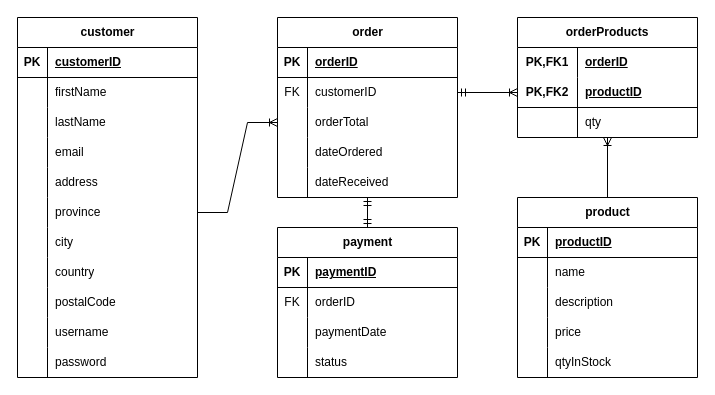
Earlier version of the draw.io diagram database/db-erd.drawio (connniew/sunny-bar). Source tidied: cells renumbered, new cells numbered last; positions are measured from the earlier drawing's top-left corner, leaving out a move shared by most shapes. Both pictures are drawn from the tidied source at 100%, with x=0, y=0 at pixel (17, 17).
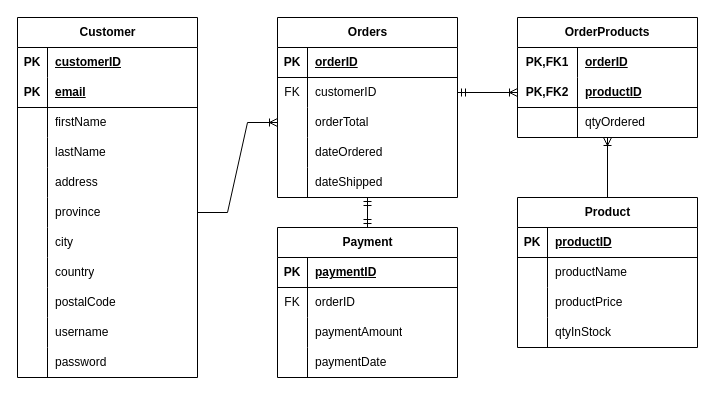
Above is the later version.

Unchanged cells that the change refers to:
```xml
<mxCell id="49" style="shape=tableRow;horizontal=0;startSize=0;swimlaneHead=0;swimlaneBody=0;fillColor=none;points=[[0,0.5],[1,0.5]];portConstraint=eastwest;top=0;left=0;right=0;bottom=0;" parent="36" vertex="1">
  <mxGeometry y="150" width="180" height="30" as="geometry" />
</mxCell>
<mxCell id="59" style="shape=tableRow;horizontal=0;startSize=0;swimlaneHead=0;swimlaneBody=0;fillColor=none;top=0;left=0;right=0;bottom=0;" parent="52" vertex="1">
  <mxGeometry y="90" width="180" height="30" as="geometry" />
</mxCell>
<mxCell id="62" style="shape=tableRow;horizontal=0;startSize=0;swimlaneHead=0;swimlaneBody=0;fillColor=none;top=0;left=0;right=0;bottom=0;" parent="52" vertex="1">
  <mxGeometry y="120" width="180" height="30" as="geometry" />
</mxCell>
<mxCell id="69" style="shape=tableRow;horizontal=0;startSize=0;swimlaneHead=0;swimlaneBody=0;fillColor=none;top=0;left=0;right=0;bottom=0;" parent="65" vertex="1">
  <mxGeometry y="60" width="180" height="30" as="geometry" />
</mxCell>
<mxCell id="88" style="shape=tableRow;horizontal=0;startSize=0;swimlaneHead=0;swimlaneBody=0;fillColor=none;points=[[0,0.5],[1,0.5]];portConstraint=eastwest;top=0;left=0;right=0;bottom=0;html=1;" parent="81" vertex="1">
  <mxGeometry y="90" width="180" height="30" as="geometry" />
</mxCell>
```

Diff of the diagram source:
```diff
@@
-    <mxCell id="2" value="customer" style="shape=table;startSize=30;childLayout=tableLayout;rowLines=0;fontStyle=1;align=center;html=1;" parent="1" vertex="1">
+    <mxCell id="2" value="Customer" style="shape=table;startSize=30;childLayout=tableLayout;rowLines=0;fontStyle=1;align=center;html=1;" parent="1" vertex="1">
       <mxGeometry width="180" height="360" as="geometry" />
     </mxCell>
-    <mxCell id="3" style="shape=tableRow;horizontal=0;startSize=0;swimlaneHead=0;swimlaneBody=0;fillColor=none;top=0;left=0;right=0;bottom=1;" parent="2" vertex="1">
-      <mxGeometry y="30" width="180" height="30" as="geometry" />
-    </mxCell>
-    <mxCell id="4" value="PK" style="shape=partialRectangle;fillColor=none;top=0;left=0;bottom=0;right=0;fontStyle=1;overflow=hidden;whiteSpace=wrap;html=1;" parent="3" vertex="1">
-      <mxGeometry width="30" height="30" as="geometry" />
-    </mxCell>
+    <mxCell id="95" style="shape=tableRow;horizontal=0;startSize=0;swimlaneHead=0;swimlaneBody=0;fillColor=none;top=0;left=0;right=0;bottom=0;html=1;" parent="2" vertex="1">
+      <mxGeometry y="30" width="180" height="30" as="geometry" />
+    </mxCell>
+    <mxCell id="96" value="PK" style="shape=partialRectangle;fillColor=none;top=0;left=0;bottom=0;right=0;fontStyle=1;overflow=hidden;html=1;whiteSpace=wrap;" parent="95" vertex="1">
+      <mxGeometry width="30" height="30" as="geometry" />
+    </mxCell>
-    <mxCell id="5" value="customerID" style="shape=partialRectangle;fillColor=none;top=0;left=0;bottom=0;right=0;align=left;spacingLeft=6;fontStyle=5;overflow=hidden;whiteSpace=wrap;html=1;" parent="3" vertex="1">
+    <mxCell id="5" value="customerID" style="shape=partialRectangle;fillColor=none;top=0;left=0;bottom=0;right=0;align=left;spacingLeft=6;fontStyle=5;overflow=hidden;html=1;whiteSpace=wrap;" parent="95" vertex="1">
       <mxGeometry x="30" width="150" height="30" as="geometry" />
     </mxCell>
+    <mxCell id="97" style="shape=tableRow;horizontal=0;startSize=0;swimlaneHead=0;swimlaneBody=0;fillColor=none;top=0;left=0;right=0;bottom=1;html=1;" parent="2" vertex="1">
+      <mxGeometry y="60" width="180" height="30" as="geometry" />
+    </mxCell>
+    <mxCell id="98" value="&lt;div&gt;PK&lt;/div&gt;" style="shape=partialRectangle;fillColor=none;top=0;left=0;bottom=0;right=0;fontStyle=1;overflow=hidden;html=1;whiteSpace=wrap;" parent="97" vertex="1">
+      <mxGeometry width="30" height="30" as="geometry" />
+    </mxCell>
+    <mxCell id="14" value="email" style="shape=partialRectangle;fillColor=none;top=0;left=0;bottom=0;right=0;align=left;spacingLeft=6;fontStyle=5;overflow=hidden;html=1;whiteSpace=wrap;" parent="97" vertex="1">
+      <mxGeometry x="30" width="150" height="30" as="geometry" />
+    </mxCell>
     <mxCell id="6" style="shape=tableRow;horizontal=0;startSize=0;swimlaneHead=0;swimlaneBody=0;fillColor=none;top=0;left=0;right=0;bottom=0;" parent="2" vertex="1">
-      <mxGeometry y="60" width="180" height="30" as="geometry" />
+      <mxGeometry y="90" width="180" height="30" as="geometry" />
     </mxCell>
@@
     <mxCell id="9" style="shape=tableRow;horizontal=0;startSize=0;swimlaneHead=0;swimlaneBody=0;fillColor=none;top=0;left=0;right=0;bottom=0;" parent="2" vertex="1">
-      <mxGeometry y="90" width="180" height="30" as="geometry" />
+      <mxGeometry y="120" width="180" height="30" as="geometry" />
     </mxCell>
@@
-    <mxCell id="12" style="shape=tableRow;horizontal=0;startSize=0;swimlaneHead=0;swimlaneBody=0;fillColor=none;top=0;left=0;right=0;bottom=0;" parent="2" vertex="1">
-      <mxGeometry y="120" width="180" height="30" as="geometry" />
-    </mxCell>
-    <mxCell id="13" style="shape=partialRectangle;fillColor=none;top=0;left=0;bottom=0;right=0;overflow=hidden;whiteSpace=wrap;html=1;" parent="12" vertex="1">
-      <mxGeometry width="30" height="30" as="geometry" />
-    </mxCell>
-    <mxCell id="14" value="email" style="shape=partialRectangle;fillColor=none;top=0;left=0;bottom=0;right=0;align=left;spacingLeft=6;overflow=hidden;whiteSpace=wrap;html=1;" parent="12" vertex="1">
-      <mxGeometry x="30" width="150" height="30" as="geometry" />
-    </mxCell>
@@
-    <mxCell id="36" value="order" style="shape=table;startSize=30;childLayout=tableLayout;rowLines=0;fontStyle=1;align=center;html=1;" parent="1" vertex="1">
+    <mxCell id="36" value="Orders" style="shape=table;startSize=30;childLayout=tableLayout;rowLines=0;fontStyle=1;align=center;html=1;" parent="1" vertex="1">
       <mxGeometry x="260" width="180" height="180" as="geometry" />
     </mxCell>
@@
-    <mxCell id="51" value="dateReceived" style="shape=partialRectangle;fillColor=none;top=0;left=0;bottom=0;right=0;align=left;spacingLeft=6;overflow=hidden;whiteSpace=wrap;html=1;" parent="49" vertex="1">
+    <mxCell id="51" value="&lt;div&gt;dateShipped&lt;/div&gt;" style="shape=partialRectangle;fillColor=none;top=0;left=0;bottom=0;right=0;align=left;spacingLeft=6;overflow=hidden;whiteSpace=wrap;html=1;" parent="49" vertex="1">
       <mxGeometry x="30" width="150" height="30" as="geometry" />
     </mxCell>
-    <mxCell id="52" value="payment" style="shape=table;startSize=30;childLayout=tableLayout;rowLines=0;fontStyle=1;align=center;html=1;" parent="1" vertex="1">
+    <mxCell id="52" value="Payment" style="shape=table;startSize=30;childLayout=tableLayout;rowLines=0;fontStyle=1;align=center;html=1;" parent="1" vertex="1">
       <mxGeometry x="260" y="210" width="180" height="150" as="geometry" />
     </mxCell>
@@
-    <mxCell id="61" value="paymentDate" style="shape=partialRectangle;fillColor=none;top=0;left=0;bottom=0;right=0;align=left;spacingLeft=6;overflow=hidden;whiteSpace=wrap;html=1;" parent="59" vertex="1">
+    <mxCell id="61" value="paymentAmount" style="shape=partialRectangle;fillColor=none;top=0;left=0;bottom=0;right=0;align=left;spacingLeft=6;overflow=hidden;whiteSpace=wrap;html=1;" parent="59" vertex="1">
       <mxGeometry x="30" width="150" height="30" as="geometry" />
     </mxCell>
@@
-    <mxCell id="64" value="status" style="shape=partialRectangle;fillColor=none;top=0;left=0;bottom=0;right=0;align=left;spacingLeft=6;overflow=hidden;whiteSpace=wrap;html=1;" parent="62" vertex="1">
+    <mxCell id="64" value="paymentDate" style="shape=partialRectangle;fillColor=none;top=0;left=0;bottom=0;right=0;align=left;spacingLeft=6;overflow=hidden;whiteSpace=wrap;html=1;" parent="62" vertex="1">
       <mxGeometry x="30" width="150" height="30" as="geometry" />
     </mxCell>
-    <mxCell id="65" value="product" style="shape=table;startSize=30;childLayout=tableLayout;rowLines=0;fontStyle=1;align=center;html=1;" parent="1" vertex="1">
-      <mxGeometry x="500" y="180" width="180" height="180" as="geometry" />
+    <mxCell id="65" value="Product" style="shape=table;startSize=30;childLayout=tableLayout;rowLines=0;fontStyle=1;align=center;html=1;" parent="1" vertex="1">
+      <mxGeometry x="500" y="180" width="180" height="150" as="geometry" />
     </mxCell>
@@
-    <mxCell id="71" value="name" style="shape=partialRectangle;fillColor=none;top=0;left=0;bottom=0;right=0;align=left;spacingLeft=6;overflow=hidden;whiteSpace=wrap;html=1;" parent="69" vertex="1">
+    <mxCell id="71" value="productName" style="shape=partialRectangle;fillColor=none;top=0;left=0;bottom=0;right=0;align=left;spacingLeft=6;overflow=hidden;whiteSpace=wrap;html=1;" parent="69" vertex="1">
       <mxGeometry x="30" width="150" height="30" as="geometry" />
     </mxCell>
-    <mxCell id="72" style="shape=tableRow;horizontal=0;startSize=0;swimlaneHead=0;swimlaneBody=0;fillColor=none;top=0;left=0;right=0;bottom=0;" parent="65" vertex="1">
-      <mxGeometry y="90" width="180" height="30" as="geometry" />
-    </mxCell>
-    <mxCell id="73" style="shape=partialRectangle;fillColor=none;top=0;left=0;bottom=0;right=0;overflow=hidden;whiteSpace=wrap;html=1;" parent="72" vertex="1">
-      <mxGeometry width="30" height="30" as="geometry" />
-    </mxCell>
-    <mxCell id="74" value="description" style="shape=partialRectangle;fillColor=none;top=0;left=0;bottom=0;right=0;align=left;spacingLeft=6;overflow=hidden;whiteSpace=wrap;html=1;" parent="72" vertex="1">
-      <mxGeometry x="30" width="150" height="30" as="geometry" />
-    </mxCell>
     <mxCell id="75" style="shape=tableRow;horizontal=0;startSize=0;swimlaneHead=0;swimlaneBody=0;fillColor=none;top=0;left=0;right=0;bottom=0;" parent="65" vertex="1">
-      <mxGeometry y="120" width="180" height="30" as="geometry" />
+      <mxGeometry y="90" width="180" height="30" as="geometry" />
     </mxCell>
@@
-    <mxCell id="77" value="price" style="shape=partialRectangle;fillColor=none;top=0;left=0;bottom=0;right=0;align=left;spacingLeft=6;overflow=hidden;whiteSpace=wrap;html=1;" parent="75" vertex="1">
+    <mxCell id="77" value="productPrice" style="shape=partialRectangle;fillColor=none;top=0;left=0;bottom=0;right=0;align=left;spacingLeft=6;overflow=hidden;whiteSpace=wrap;html=1;" parent="75" vertex="1">
       <mxGeometry x="30" width="150" height="30" as="geometry" />
     </mxCell>
     <mxCell id="78" style="shape=tableRow;horizontal=0;startSize=0;swimlaneHead=0;swimlaneBody=0;fillColor=none;top=0;left=0;right=0;bottom=0;" parent="65" vertex="1">
-      <mxGeometry y="150" width="180" height="30" as="geometry" />
+      <mxGeometry y="120" width="180" height="30" as="geometry" />
     </mxCell>
@@
-    <mxCell id="81" value="orderProducts" style="shape=table;startSize=30;childLayout=tableLayout;rowLines=0;fontStyle=1;align=center;html=1;whiteSpace=wrap;" parent="1" vertex="1">
+    <mxCell id="81" value="OrderProducts" style="shape=table;startSize=30;childLayout=tableLayout;rowLines=0;fontStyle=1;align=center;html=1;whiteSpace=wrap;" parent="1" vertex="1">
       <mxGeometry x="500" width="180" height="120" as="geometry" />
     </mxCell>
@@
-    <mxCell id="90" value="qty" style="shape=partialRectangle;fillColor=none;top=0;left=0;bottom=0;right=0;align=left;spacingLeft=6;overflow=hidden;html=1;whiteSpace=wrap;" parent="88" vertex="1">
+    <mxCell id="90" value="qtyOrdered" style="shape=partialRectangle;fillColor=none;top=0;left=0;bottom=0;right=0;align=left;spacingLeft=6;overflow=hidden;html=1;whiteSpace=wrap;" parent="88" vertex="1">
       <mxGeometry x="60" width="120" height="30" as="geometry" />
     </mxCell>
```
